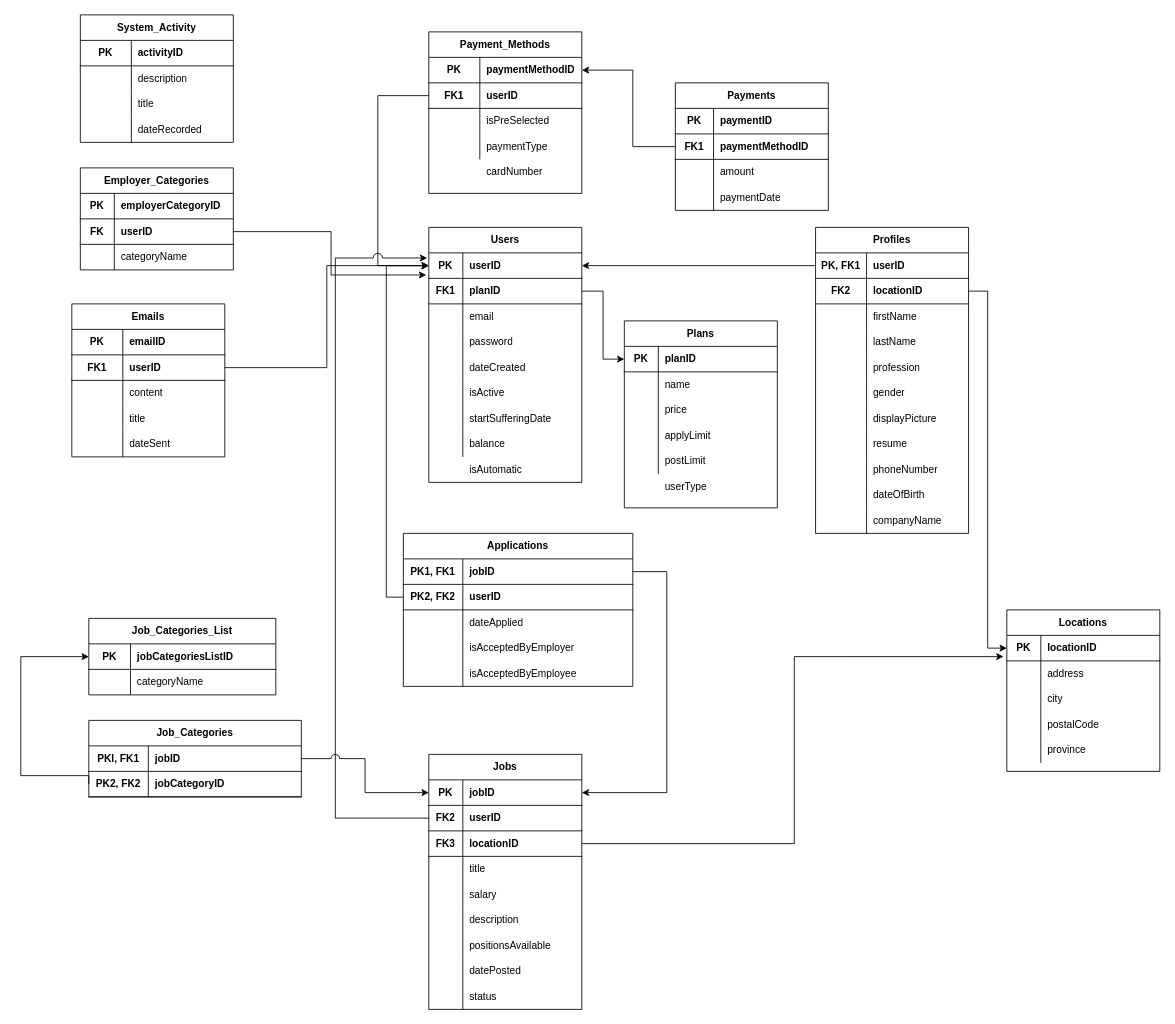
gordonpn/web-career-portal-clone keeps this draw.io diagram as docs/DBProject-Relational-Schema.drawio. Above is the earlier version. Source tidied: cells renumbered, new cells numbered last; positions are measured from the earlier drawing's top-left corner, leaving out a move shared by most shapes. Both pictures are drawn from the tidied source at 85%, with x=0, y=0 at pixel (20, 14).
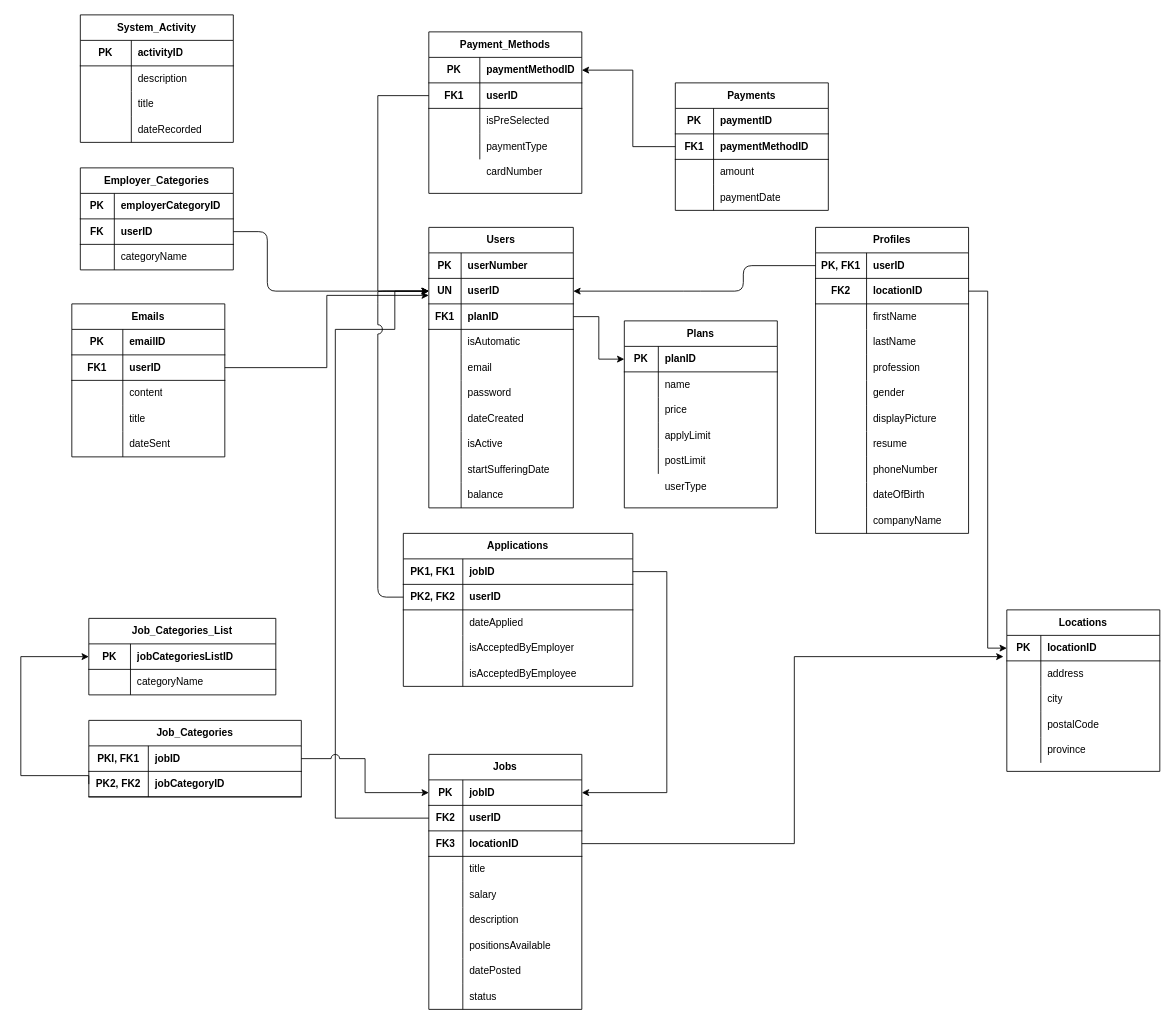
The same diagram, later.

Commit message (it also covers changes not shown here):
updated ER/Schema, queries and normalization

Unchanged cells that the change refers to:
```xml
<mxCell id="35" style="shape=partialRectangle;html=1;whiteSpace=wrap;fillColor=none;top=0;left=0;bottom=1;right=0;points=[[0,0.5],[1,0.5]];portConstraint=eastwest;" parent="31" vertex="1">
  <mxGeometry y="60" width="270" height="30" as="geometry" />
</mxCell>
<mxCell id="48" style="shape=partialRectangle;html=1;whiteSpace=wrap;fillColor=none;top=0;left=0;bottom=1;right=0;points=[[0,0.5],[1,0.5]];portConstraint=eastwest;" parent="47" vertex="1">
  <mxGeometry y="30" width="180" height="30" as="geometry" />
</mxCell>
<mxCell id="86" style="shape=partialRectangle;html=1;whiteSpace=wrap;fillColor=none;top=0;left=0;bottom=1;right=0;points=[[0,0.5],[1,0.5]];portConstraint=eastwest;" parent="82" vertex="1">
  <mxGeometry y="60" width="180" height="30" as="geometry" />
</mxCell>
<mxCell id="145" style="shape=partialRectangle;html=1;whiteSpace=wrap;fillColor=none;top=0;left=0;bottom=1;right=0;points=[[0,0.5],[1,0.5]];portConstraint=eastwest;" parent="141" vertex="1">
  <mxGeometry y="60" width="180" height="30" as="geometry" />
</mxCell>
<mxCell id="155" style="shape=partialRectangle;html=1;whiteSpace=wrap;fillColor=none;top=0;left=0;bottom=1;right=0;points=[[0,0.5],[1,0.5]];portConstraint=eastwest;" parent="151" vertex="1">
  <mxGeometry y="60" width="180" height="30" as="geometry" />
</mxCell>
<mxCell id="209" style="shape=partialRectangle;html=1;whiteSpace=wrap;fillColor=none;top=0;left=0;bottom=1;right=0;points=[[0,0.5],[1,0.5]];portConstraint=eastwest;" parent="205" vertex="1">
  <mxGeometry y="60" width="180" height="30" as="geometry" />
</mxCell>
```

Diff of the diagram source:
```diff
@@
     <mxCell id="2" value="Users" style="shape=table;html=1;whiteSpace=wrap;startSize=30;childLayout=tableLayout;rowLines=0;fontStyle=1;align=center;" parent="1" vertex="1">
-      <mxGeometry x="480" y="250" width="180" height="300" as="geometry" />
+      <mxGeometry x="480" y="250" width="170" height="330" as="geometry" />
     </mxCell>
     <mxCell id="3" style="shape=partialRectangle;html=1;whiteSpace=wrap;fillColor=none;top=0;left=0;bottom=1;right=0;points=[[0,0.5],[1,0.5]];portConstraint=eastwest;" parent="2" vertex="1">
-      <mxGeometry y="30" width="180" height="30" as="geometry" />
+      <mxGeometry y="30" width="170" height="30" as="geometry" />
     </mxCell>
-    <mxCell id="4" value="PK" style="shape=partialRectangle;html=1;whiteSpace=wrap;fillColor=none;top=0;left=0;bottom=0;right=0;overflow=hidden;fontStyle=1;" parent="3" vertex="1">
-      <mxGeometry width="40" height="30" as="geometry" />
+    <mxCell id="4" value="&lt;span&gt;PK&lt;/span&gt;" style="shape=partialRectangle;html=1;whiteSpace=wrap;fillColor=none;top=0;left=0;bottom=0;right=0;overflow=hidden;fontStyle=1;" parent="3" vertex="1">
+      <mxGeometry width="38" height="30" as="geometry" />
     </mxCell>
-    <mxCell id="5" value="&lt;b&gt;userID&lt;/b&gt;" style="shape=partialRectangle;html=1;whiteSpace=wrap;fillColor=none;top=0;left=0;bottom=0;right=0;align=left;spacingLeft=6;overflow=hidden;" parent="3" vertex="1">
-      <mxGeometry x="40" width="140" height="30" as="geometry" />
+    <mxCell id="5" value="&lt;b&gt;userNumber&lt;/b&gt;" style="shape=partialRectangle;html=1;whiteSpace=wrap;fillColor=none;top=0;left=0;bottom=0;right=0;align=left;spacingLeft=6;overflow=hidden;" parent="3" vertex="1">
+      <mxGeometry x="38" width="132" height="30" as="geometry" />
     </mxCell>
+    <mxCell id="233" style="shape=partialRectangle;html=1;whiteSpace=wrap;fillColor=none;top=0;left=0;bottom=1;right=0;points=[[0,0.5],[1,0.5]];portConstraint=eastwest;" parent="2" vertex="1">
+      <mxGeometry y="60" width="170" height="30" as="geometry" />
+    </mxCell>
+    <mxCell id="234" value="&lt;span&gt;UN&lt;/span&gt;" style="shape=partialRectangle;html=1;whiteSpace=wrap;fillColor=none;top=0;left=0;bottom=0;right=0;overflow=hidden;fontStyle=1;" parent="233" vertex="1">
+      <mxGeometry width="38" height="30" as="geometry" />
+    </mxCell>
+    <mxCell id="235" value="&lt;b&gt;userID&lt;/b&gt;" style="shape=partialRectangle;html=1;whiteSpace=wrap;fillColor=none;top=0;left=0;bottom=0;right=0;align=left;spacingLeft=6;overflow=hidden;" parent="233" vertex="1">
+      <mxGeometry x="38" width="132" height="30" as="geometry" />
+    </mxCell>
     <mxCell id="6" style="shape=partialRectangle;html=1;whiteSpace=wrap;fillColor=none;top=0;left=0;bottom=1;right=0;points=[[0,0.5],[1,0.5]];portConstraint=eastwest;" parent="2" vertex="1">
-      <mxGeometry y="60" width="180" height="30" as="geometry" />
+      <mxGeometry y="90" width="170" height="30" as="geometry" />
     </mxCell>
     <mxCell id="7" value="FK1" style="shape=partialRectangle;html=1;whiteSpace=wrap;fillColor=none;top=0;left=0;bottom=0;right=0;overflow=hidden;fontStyle=1;" parent="6" vertex="1">
-      <mxGeometry width="40" height="30" as="geometry" />
+      <mxGeometry width="38" height="30" as="geometry" />
     </mxCell>
     <mxCell id="8" value="&lt;b&gt;planID&lt;/b&gt;" style="shape=partialRectangle;html=1;whiteSpace=wrap;fillColor=none;top=0;left=0;bottom=0;right=0;align=left;spacingLeft=6;overflow=hidden;" parent="6" vertex="1">
-      <mxGeometry x="40" width="140" height="30" as="geometry" />
+      <mxGeometry x="38" width="132" height="30" as="geometry" />
     </mxCell>
+    <mxCell id="236" style="shape=partialRectangle;html=1;whiteSpace=wrap;fillColor=none;top=0;left=0;bottom=0;right=0;" parent="2" vertex="1">
+      <mxGeometry y="120" width="170" height="30" as="geometry" />
+    </mxCell>
+    <mxCell id="237" style="shape=partialRectangle;html=1;whiteSpace=wrap;fillColor=none;top=0;left=0;bottom=0;right=0;overflow=hidden;" parent="236" vertex="1">
+      <mxGeometry width="38" height="30" as="geometry" />
+    </mxCell>
+    <mxCell id="238" value="isAutomatic" style="shape=partialRectangle;html=1;whiteSpace=wrap;fillColor=none;top=0;left=0;bottom=0;right=0;align=left;spacingLeft=6;overflow=hidden;" parent="236" vertex="1">
+      <mxGeometry x="38" width="132" height="30" as="geometry" />
+    </mxCell>
     <mxCell id="9" style="shape=partialRectangle;html=1;whiteSpace=wrap;fillColor=none;top=0;left=0;bottom=0;right=0;" parent="2" vertex="1">
-      <mxGeometry y="90" width="180" height="30" as="geometry" />
+      <mxGeometry y="150" width="170" height="30" as="geometry" />
     </mxCell>
     <mxCell id="10" style="shape=partialRectangle;html=1;whiteSpace=wrap;fillColor=none;top=0;left=0;bottom=0;right=0;overflow=hidden;" parent="9" vertex="1">
-      <mxGeometry width="40" height="30" as="geometry" />
+      <mxGeometry width="38" height="30" as="geometry" />
     </mxCell>
     <mxCell id="11" value="email" style="shape=partialRectangle;html=1;whiteSpace=wrap;fillColor=none;top=0;left=0;bottom=0;right=0;align=left;spacingLeft=6;overflow=hidden;" parent="9" vertex="1">
-      <mxGeometry x="40" width="140" height="30" as="geometry" />
+      <mxGeometry x="38" width="132" height="30" as="geometry" />
     </mxCell>
     <mxCell id="12" style="shape=partialRectangle;html=1;whiteSpace=wrap;fillColor=none;top=0;left=0;bottom=0;right=0;" parent="2" vertex="1">
-      <mxGeometry y="120" width="180" height="30" as="geometry" />
+      <mxGeometry y="180" width="170" height="30" as="geometry" />
     </mxCell>
     <mxCell id="13" style="shape=partialRectangle;html=1;whiteSpace=wrap;fillColor=none;top=0;left=0;bottom=0;right=0;overflow=hidden;" parent="12" vertex="1">
-      <mxGeometry width="40" height="30" as="geometry" />
+      <mxGeometry width="38" height="30" as="geometry" />
     </mxCell>
     <mxCell id="14" value="password" style="shape=partialRectangle;html=1;whiteSpace=wrap;fillColor=none;top=0;left=0;bottom=0;right=0;align=left;spacingLeft=6;overflow=hidden;" parent="12" vertex="1">
-      <mxGeometry x="40" width="140" height="30" as="geometry" />
+      <mxGeometry x="38" width="132" height="30" as="geometry" />
     </mxCell>
     <mxCell id="15" style="shape=partialRectangle;html=1;whiteSpace=wrap;fillColor=none;top=0;left=0;bottom=0;right=0;" parent="2" vertex="1">
-      <mxGeometry y="150" width="180" height="30" as="geometry" />
+      <mxGeometry y="210" width="170" height="30" as="geometry" />
     </mxCell>
     <mxCell id="16" style="shape=partialRectangle;html=1;whiteSpace=wrap;fillColor=none;top=0;left=0;bottom=0;right=0;overflow=hidden;" parent="15" vertex="1">
-      <mxGeometry width="40" height="30" as="geometry" />
+      <mxGeometry width="38" height="30" as="geometry" />
     </mxCell>
     <mxCell id="17" value="dateCreated" style="shape=partialRectangle;html=1;whiteSpace=wrap;fillColor=none;top=0;left=0;bottom=0;right=0;align=left;spacingLeft=6;overflow=hidden;" parent="15" vertex="1">
-      <mxGeometry x="40" width="140" height="30" as="geometry" />
+      <mxGeometry x="38" width="132" height="30" as="geometry" />
     </mxCell>
     <mxCell id="18" style="shape=partialRectangle;html=1;whiteSpace=wrap;fillColor=none;top=0;left=0;bottom=0;right=0;" parent="2" vertex="1">
-      <mxGeometry y="180" width="180" height="30" as="geometry" />
+      <mxGeometry y="240" width="170" height="30" as="geometry" />
     </mxCell>
     <mxCell id="19" style="shape=partialRectangle;html=1;whiteSpace=wrap;fillColor=none;top=0;left=0;bottom=0;right=0;overflow=hidden;" parent="18" vertex="1">
-      <mxGeometry width="40" height="30" as="geometry" />
+      <mxGeometry width="38" height="30" as="geometry" />
     </mxCell>
     <mxCell id="20" value="isActive" style="shape=partialRectangle;html=1;whiteSpace=wrap;fillColor=none;top=0;left=0;bottom=0;right=0;align=left;spacingLeft=6;overflow=hidden;" parent="18" vertex="1">
-      <mxGeometry x="40" width="140" height="30" as="geometry" />
+      <mxGeometry x="38" width="132" height="30" as="geometry" />
     </mxCell>
     <mxCell id="21" style="shape=partialRectangle;html=1;whiteSpace=wrap;fillColor=none;top=0;left=0;bottom=0;right=0;" parent="2" vertex="1">
-      <mxGeometry y="210" width="180" height="30" as="geometry" />
+      <mxGeometry y="270" width="170" height="30" as="geometry" />
     </mxCell>
     <mxCell id="22" style="shape=partialRectangle;html=1;whiteSpace=wrap;fillColor=none;top=0;left=0;bottom=0;right=0;overflow=hidden;" parent="21" vertex="1">
-      <mxGeometry width="40" height="30" as="geometry" />
+      <mxGeometry width="38" height="30" as="geometry" />
     </mxCell>
     <mxCell id="23" value="startSufferingDate" style="shape=partialRectangle;html=1;whiteSpace=wrap;fillColor=none;top=0;left=0;bottom=0;right=0;align=left;spacingLeft=6;overflow=hidden;" parent="21" vertex="1">
-      <mxGeometry x="40" width="140" height="30" as="geometry" />
+      <mxGeometry x="38" width="132" height="30" as="geometry" />
     </mxCell>
     <mxCell id="24" style="shape=partialRectangle;html=1;whiteSpace=wrap;fillColor=none;top=0;left=0;bottom=0;right=0;" parent="2" vertex="1">
-      <mxGeometry y="240" width="180" height="30" as="geometry" />
+      <mxGeometry y="300" width="170" height="30" as="geometry" />
     </mxCell>
     <mxCell id="25" style="shape=partialRectangle;html=1;whiteSpace=wrap;fillColor=none;top=0;left=0;bottom=0;right=0;overflow=hidden;" parent="24" vertex="1">
-      <mxGeometry width="40" height="30" as="geometry" />
+      <mxGeometry width="38" height="30" as="geometry" />
     </mxCell>
     <mxCell id="26" value="balance" style="shape=partialRectangle;html=1;whiteSpace=wrap;fillColor=none;top=0;left=0;bottom=0;right=0;align=left;spacingLeft=6;overflow=hidden;" parent="24" vertex="1">
-      <mxGeometry x="40" width="140" height="30" as="geometry" />
+      <mxGeometry x="38" width="132" height="30" as="geometry" />
     </mxCell>
-    <mxCell id="27" style="endArrow=classic;html=1;exitX=0;exitY=0.5;exitDx=0;exitDy=0;entryX=1;entryY=0.5;entryDx=0;entryDy=0;" parent="1" edge="1" source="48" target="3">
-      <mxGeometry relative="1" as="geometry" />
+    <mxCell id="27" style="endArrow=classic;html=1;exitX=0;exitY=0.5;exitDx=0;exitDy=0;entryX=1;entryY=0.5;entryDx=0;entryDy=0;" parent="1" edge="1" source="48" target="233">
+      <mxGeometry relative="1" as="geometry">
+        <Array as="points">
+          <mxPoint x="850" y="295" />
+          <mxPoint x="850" y="325" />
+          <mxPoint x="790" y="325" />
+        </Array>
+      </mxGeometry>
     </mxCell>
-    <mxCell id="28" style="endArrow=none;html=1;entryX=0;entryY=0.5;entryDx=0;entryDy=0;rounded=0;exitX=0;exitY=0.5;exitDx=0;exitDy=0;startArrow=classic;startFill=1;" parent="1" edge="1" source="3" target="209">
+    <mxCell id="28" style="endArrow=none;html=1;entryX=0;entryY=0.5;entryDx=0;entryDy=0;rounded=0;exitX=0;exitY=0.5;exitDx=0;exitDy=0;startArrow=classic;startFill=1;" parent="1" edge="1" source="233" target="209">
       <mxGeometry relative="1" as="geometry">
         <Array as="points">
-          <mxPoint x="420" y="295" />
+          <mxPoint x="420" y="325" />
           <mxPoint x="420" y="95" />
         </Array>
       </mxGeometry>
     </mxCell>
-    <mxCell id="29" style="edgeStyle=orthogonalEdgeStyle;rounded=0;jettySize=auto;html=1;jumpStyle=arc;jumpSize=11;exitX=0;exitY=0.5;exitDx=0;exitDy=0;entryX=-0.011;entryY=0.2;entryDx=0;entryDy=0;entryPerimeter=0;" parent="1" edge="1" source="86" target="3">
+    <mxCell id="29" style="edgeStyle=orthogonalEdgeStyle;rounded=0;jettySize=auto;html=1;jumpStyle=arc;jumpSize=11;exitX=0;exitY=0.5;exitDx=0;exitDy=0;entryX=0;entryY=0.5;entryDx=0;entryDy=0;" parent="1" edge="1" source="86" target="233">
       <mxGeometry relative="1" as="geometry">
         <Array as="points">
           <mxPoint x="370" y="945" />
-          <mxPoint x="370" y="286" />
+          <mxPoint x="370" y="370" />
+          <mxPoint x="440" y="370" />
+          <mxPoint x="440" y="325" />
         </Array>
       </mxGeometry>
     </mxCell>
@@
-    <mxCell id="129" value="isAutomatic" style="shape=partialRectangle;html=1;whiteSpace=wrap;fillColor=none;top=0;left=0;bottom=0;right=0;align=left;spacingLeft=6;overflow=hidden;" parent="1" vertex="1">
-      <mxGeometry x="520" y="520" width="140" height="30" as="geometry" />
+    <mxCell id="129" style="shape=partialRectangle;html=1;whiteSpace=wrap;fillColor=none;top=0;left=0;bottom=0;right=0;align=left;spacingLeft=6;overflow=hidden;" parent="1" vertex="1">
+      <mxGeometry x="520" y="570" width="140" height="30" as="geometry" />
     </mxCell>
-    <mxCell id="130" style="shape=partialRectangle;html=1;whiteSpace=wrap;fillColor=none;top=0;left=0;bottom=0;right=0;align=left;spacingLeft=6;overflow=hidden;" parent="1" vertex="1">
-      <mxGeometry x="520" y="550" width="140" height="30" as="geometry" />
-    </mxCell>
-    <mxCell id="131" style="edgeStyle=orthogonalEdgeStyle;rounded=0;jettySize=auto;html=1;entryX=-0.017;entryY=-0.133;entryDx=0;entryDy=0;entryPerimeter=0;startArrow=none;startFill=0;endArrow=classic;endFill=1;" parent="1" edge="1" source="145" target="6">
-      <mxGeometry relative="1" as="geometry" />
-    </mxCell>
@@
-    <mxCell id="139" style="edgeStyle=orthogonalEdgeStyle;rounded=0;jettySize=auto;html=1;entryX=0;entryY=0.5;entryDx=0;entryDy=0;startArrow=none;startFill=0;endArrow=classic;endFill=1;" parent="1" edge="1" source="35" target="3">
-      <mxGeometry relative="1" as="geometry" />
-    </mxCell>
-    <mxCell id="140" style="edgeStyle=orthogonalEdgeStyle;rounded=0;jettySize=auto;html=1;entryX=0;entryY=0.5;entryDx=0;entryDy=0;startArrow=none;startFill=0;endArrow=classic;endFill=1;" parent="1" edge="1" source="155" target="3">
+    <mxCell id="140" style="edgeStyle=orthogonalEdgeStyle;rounded=0;jettySize=auto;html=1;entryX=0;entryY=0.667;entryDx=0;entryDy=0;startArrow=none;startFill=0;endArrow=classic;endFill=1;entryPerimeter=0;" parent="1" edge="1" source="155" target="233">
       <mxGeometry relative="1" as="geometry" />
     </mxCell>
@@
+    <mxCell id="239" style="endArrow=classic;html=1;exitX=0;exitY=0.5;exitDx=0;exitDy=0;entryX=0;entryY=0.5;entryDx=0;entryDy=0;jumpStyle=arc;jumpSize=11;" parent="1" edge="1" source="35" target="233">
+      <mxGeometry relative="1" as="geometry">
+        <Array as="points">
+          <mxPoint x="420" y="685" />
+          <mxPoint x="420" y="490" />
+          <mxPoint x="420" y="325" />
+        </Array>
+      </mxGeometry>
+    </mxCell>
+    <mxCell id="240" style="endArrow=classic;html=1;exitX=1;exitY=0.5;exitDx=0;exitDy=0;entryX=0;entryY=0.5;entryDx=0;entryDy=0;jumpStyle=arc;jumpSize=14;" parent="1" edge="1" source="145" target="233">
+      <mxGeometry relative="1" as="geometry">
+        <Array as="points">
+          <mxPoint x="290" y="255" />
+          <mxPoint x="290" y="325" />
+        </Array>
+      </mxGeometry>
+    </mxCell>
```
